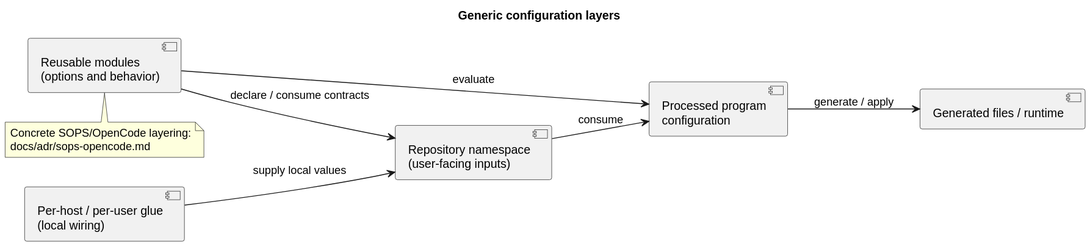
Above: docs/_diagrams/ConfigurationLayers_diagram.svg in DeadlySquad13/Unix_dotfiles (PlantUML), before the change.
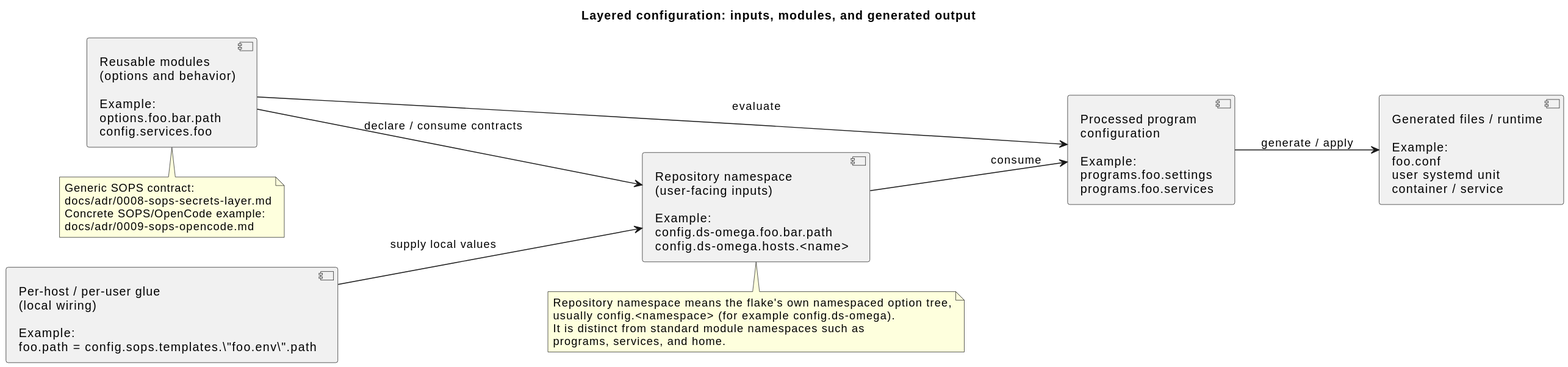
After the change.

Commit message:
[Docs](_adr): Separated sops-opencode recommendations into generic and opencode specific.

What changed in the source:
```diff
@@ -1,11 +1,11 @@
 @startuml
-title Generic configuration layers
+title Layered configuration: inputs, modules, and generated output
 left to right direction
-component "Reusable modules\n(options and behavior)" as modules
-component "Repository namespace\n(user-facing inputs)" as inputs
-component "Per-host / per-user glue\n(local wiring)" as glue
-component "Processed program\nconfiguration" as processed
-component "Generated files / runtime" as output
+component "Reusable modules\n(options and behavior)\n\nExample:\noptions.foo.bar.path\nconfig.services.foo" as modules
+component "Repository namespace\n(user-facing inputs)\n\nExample:\nconfig.ds-omega.foo.bar.path\nconfig.ds-omega.hosts.<name>" as inputs
+component "Per-host / per-user glue\n(local wiring)\n\nExample:\nfoo.path = config.sops.templates.\"foo.env\".path" as glue
+component "Processed program\nconfiguration\n\nExample:\nprograms.foo.settings\nprograms.foo.services" as processed
+component "Generated files / runtime\n\nExample:\nfoo.conf\nuser systemd unit\ncontainer / service" as output
 
 modules --> inputs : declare / consume contracts
 glue --> inputs : supply local values
@@ -13,8 +13,17 @@
 inputs --> processed : consume
 processed --> output : generate / apply
 
+note bottom of inputs
+Repository namespace means the flake's own namespaced option tree,
+usually config.<namespace> (for example config.ds-omega).
+It is distinct from standard module namespaces such as
+programs, services, and home.
+end note
+
 note bottom of modules
-Concrete SOPS/OpenCode layering:
-docs/adr/sops-opencode.md
+Generic SOPS contract:
+docs/adr/0008-sops-secrets-layer.md
+Concrete SOPS/OpenCode example:
+docs/adr/0009-sops-opencode.md
 end note
 @enduml
```
